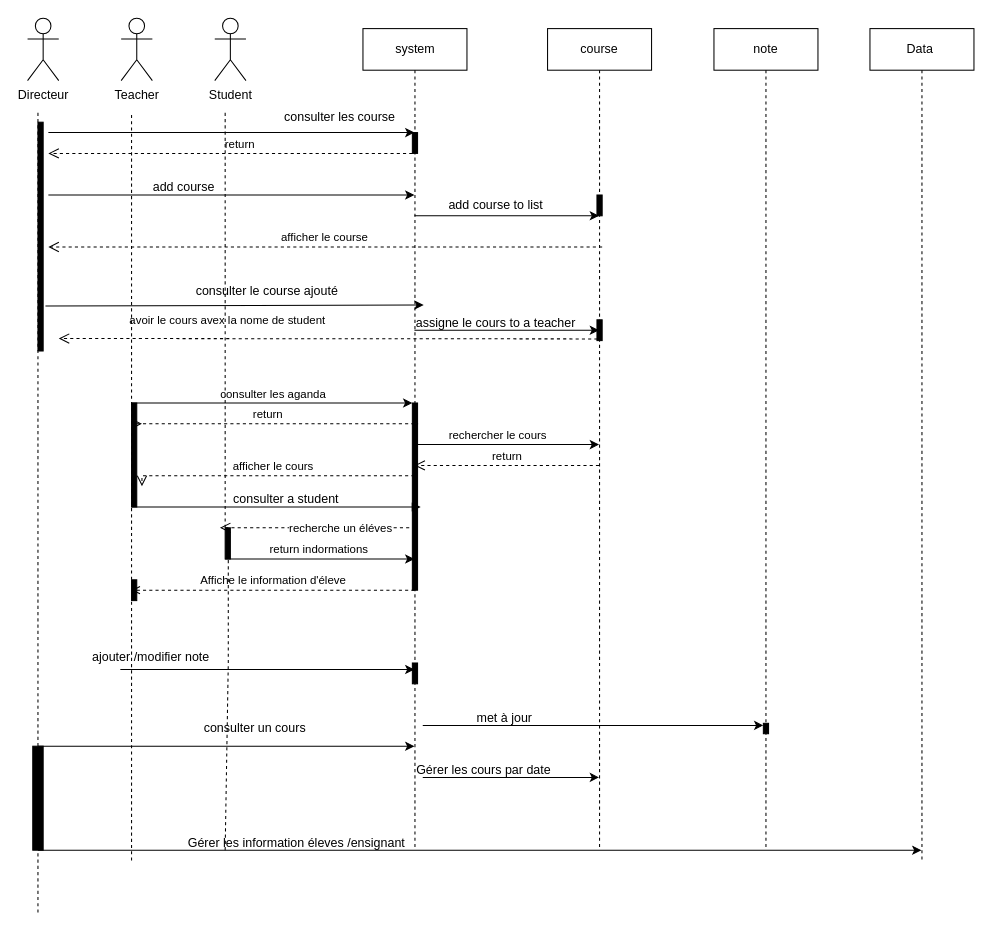
This is diagramme(s) de séquences (de certains cas d'utilisation).drawio from johandeschamps/gestion_ecole, a draw.io file, before an edit. Source tidied: cells renumbered, new cells numbered last; positions are measured from the earlier drawing's top-left corner, leaving out a move shared by most shapes. Both pictures are drawn from the tidied source at 104%, with x=0, y=0 at pixel (27, 18).
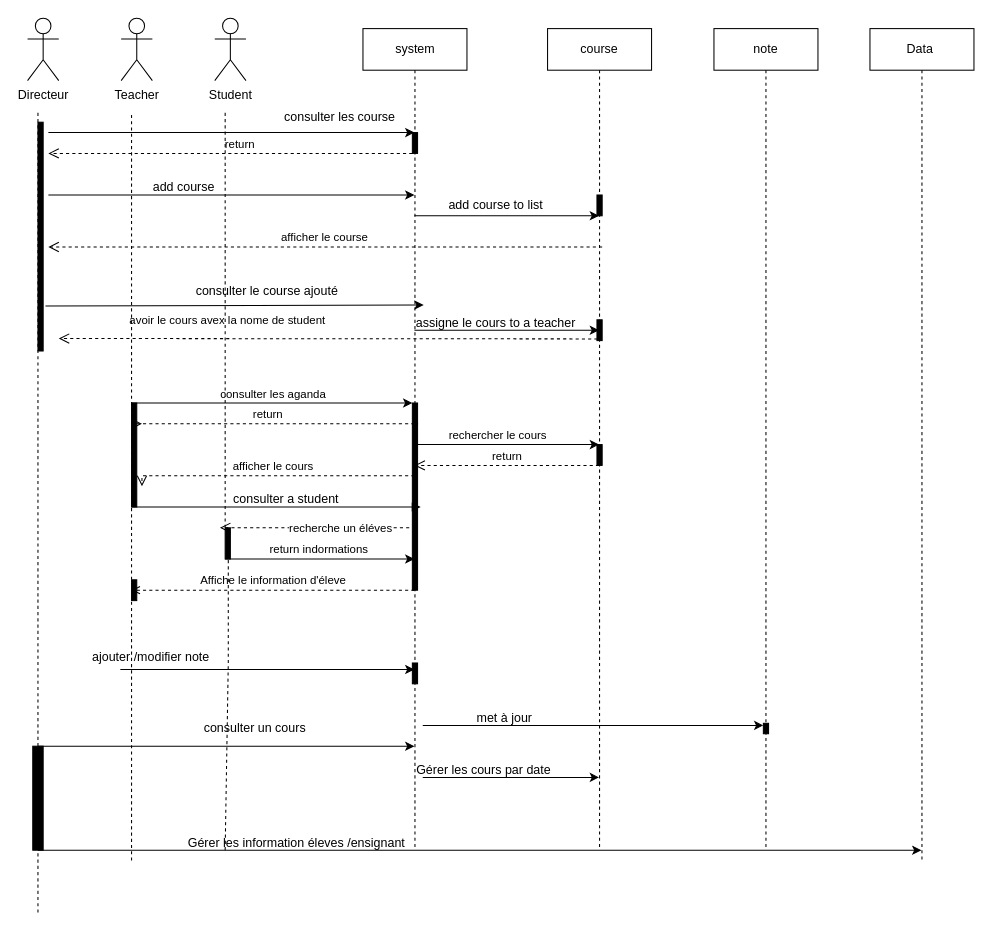
After the change.

Commit message:
Mettre à jour diagramme(s) de séquences (de certains cas d'utilisation).drawio

The edit, as a diff of the source:
```diff
@@
+    <mxCell id="65" style="html=1;perimeter=orthogonalPerimeter;fillColor=strokeColor;" parent="1" vertex="1">
+      <mxGeometry x="547.5" y="410" width="5" height="20" as="geometry" />
+    </mxCell>
```
